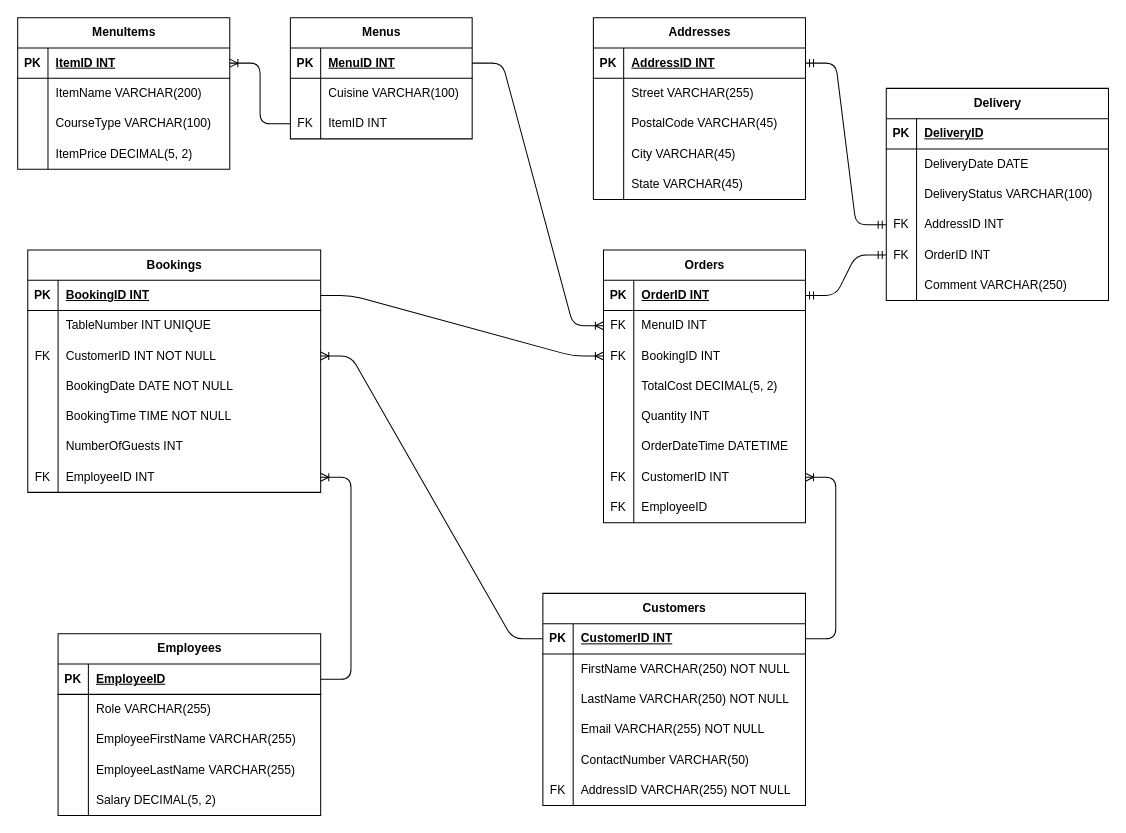
Earlier version of the draw.io diagram erd_data_model.drawio (AzizAghabayli/db-capstone-project). Source tidied: cells renumbered, new cells numbered last; positions are measured from the earlier drawing's top-left corner, leaving out a move shared by most shapes. Both pictures are drawn from the tidied source at 101%, with x=0, y=0 at pixel (17, 17).
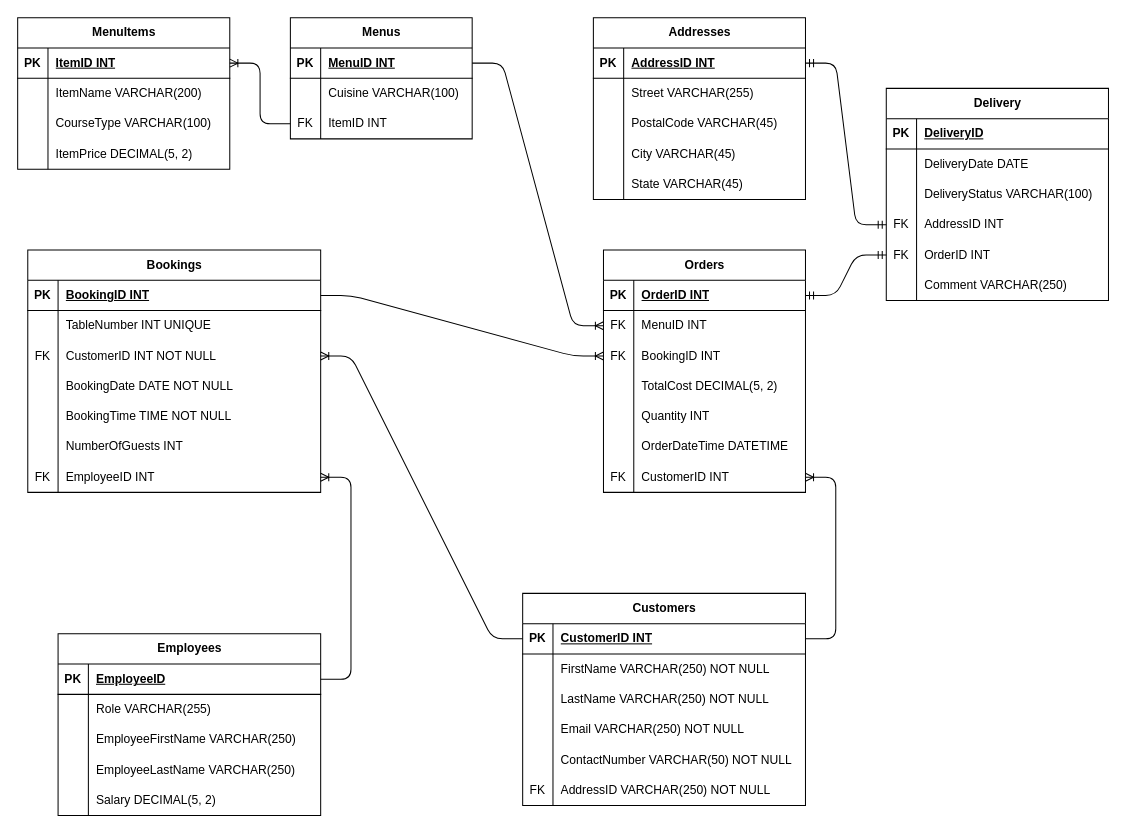
Above is the later version.

The change refers to these unchanged cells:
```xml
<mxCell id="117" style="shape=tableRow;horizontal=0;startSize=0;swimlaneHead=0;swimlaneBody=0;fillColor=none;top=0;left=0;right=0;bottom=0;" parent="110" vertex="1">
  <mxGeometry y="90" width="260" height="30" as="geometry" />
</mxCell>
<mxCell id="120" style="shape=tableRow;horizontal=0;startSize=0;swimlaneHead=0;swimlaneBody=0;fillColor=none;top=0;left=0;right=0;bottom=0;" parent="110" vertex="1">
  <mxGeometry y="120" width="260" height="30" as="geometry" />
</mxCell>
```

The edit, as a diff of the source:
```diff
@@
     <mxCell id="12" value="Orders" style="shape=table;startSize=30;childLayout=tableLayout;rowLines=0;fontStyle=1;align=center;html=1;" parent="1" vertex="1">
-      <mxGeometry x="580" y="230" width="200" height="270" as="geometry" />
+      <mxGeometry x="580" y="230" width="200" height="240" as="geometry" />
     </mxCell>
@@
-    <mxCell id="34" style="shape=tableRow;horizontal=0;startSize=0;swimlaneHead=0;swimlaneBody=0;fillColor=none;top=0;left=0;right=0;bottom=0;" parent="12" vertex="1">
-      <mxGeometry y="240" width="200" height="30" as="geometry" />
-    </mxCell>
-    <mxCell id="35" value="FK" style="shape=partialRectangle;fillColor=none;top=0;left=0;bottom=0;right=0;overflow=hidden;whiteSpace=wrap;html=1;" parent="34" vertex="1">
-      <mxGeometry width="30" height="30" as="geometry" />
-    </mxCell>
-    <mxCell id="36" value="EmployeeID" style="shape=partialRectangle;fillColor=none;top=0;left=0;bottom=0;right=0;align=left;spacingLeft=6;overflow=hidden;whiteSpace=wrap;html=1;" parent="34" vertex="1">
-      <mxGeometry x="30" width="170" height="30" as="geometry" />
-    </mxCell>
@@
     <mxCell id="91" value="Customers" style="shape=table;startSize=30;childLayout=tableLayout;rowLines=0;fontStyle=1;align=center;html=1;" parent="1" vertex="1">
-      <mxGeometry x="520" y="570" width="260" height="210" as="geometry" />
+      <mxGeometry x="500" y="570" width="280" height="210" as="geometry" />
     </mxCell>
     <mxCell id="92" style="shape=tableRow;horizontal=0;startSize=0;swimlaneHead=0;swimlaneBody=0;fillColor=none;points=[[0,0.5],[1,0.5]];portConstraint=eastwest;top=0;left=0;right=0;bottom=1;" parent="91" vertex="1">
-      <mxGeometry y="30" width="260" height="30" as="geometry" />
+      <mxGeometry y="30" width="280" height="30" as="geometry" />
     </mxCell>
@@
     <mxCell id="94" value="CustomerID INT" style="shape=partialRectangle;fillColor=none;top=0;left=0;bottom=0;right=0;align=left;spacingLeft=6;fontStyle=5;overflow=hidden;whiteSpace=wrap;html=1;" parent="92" vertex="1">
-      <mxGeometry x="30" width="230" height="30" as="geometry" />
+      <mxGeometry x="30" width="250" height="30" as="geometry" />
     </mxCell>
     <mxCell id="95" style="shape=tableRow;horizontal=0;startSize=0;swimlaneHead=0;swimlaneBody=0;fillColor=none;top=0;left=0;right=0;bottom=0;" parent="91" vertex="1">
-      <mxGeometry y="60" width="260" height="30" as="geometry" />
+      <mxGeometry y="60" width="280" height="30" as="geometry" />
     </mxCell>
@@
     <mxCell id="97" value="FirstName VARCHAR(250) NOT NULL" style="shape=partialRectangle;fillColor=none;top=0;left=0;bottom=0;right=0;align=left;spacingLeft=6;overflow=hidden;whiteSpace=wrap;html=1;" parent="95" vertex="1">
-      <mxGeometry x="30" width="230" height="30" as="geometry" />
+      <mxGeometry x="30" width="250" height="30" as="geometry" />
     </mxCell>
     <mxCell id="98" style="shape=tableRow;horizontal=0;startSize=0;swimlaneHead=0;swimlaneBody=0;fillColor=none;top=0;left=0;right=0;bottom=0;" parent="91" vertex="1">
-      <mxGeometry y="90" width="260" height="30" as="geometry" />
+      <mxGeometry y="90" width="280" height="30" as="geometry" />
     </mxCell>
@@
     <mxCell id="100" value="LastName VARCHAR(250) NOT NULL" style="shape=partialRectangle;fillColor=none;top=0;left=0;bottom=0;right=0;align=left;spacingLeft=6;overflow=hidden;whiteSpace=wrap;html=1;" parent="98" vertex="1">
-      <mxGeometry x="30" width="230" height="30" as="geometry" />
+      <mxGeometry x="30" width="250" height="30" as="geometry" />
     </mxCell>
     <mxCell id="101" style="shape=tableRow;horizontal=0;startSize=0;swimlaneHead=0;swimlaneBody=0;fillColor=none;top=0;left=0;right=0;bottom=0;" parent="91" vertex="1">
-      <mxGeometry y="120" width="260" height="30" as="geometry" />
+      <mxGeometry y="120" width="280" height="30" as="geometry" />
     </mxCell>
@@
-    <mxCell id="103" value="Email VARCHAR(255) NOT NULL" style="shape=partialRectangle;fillColor=none;top=0;left=0;bottom=0;right=0;align=left;spacingLeft=6;overflow=hidden;whiteSpace=wrap;html=1;" parent="101" vertex="1">
-      <mxGeometry x="30" width="230" height="30" as="geometry" />
+    <mxCell id="103" value="Email VARCHAR(250) NOT NULL" style="shape=partialRectangle;fillColor=none;top=0;left=0;bottom=0;right=0;align=left;spacingLeft=6;overflow=hidden;whiteSpace=wrap;html=1;" parent="101" vertex="1">
+      <mxGeometry x="30" width="250" height="30" as="geometry" />
     </mxCell>
     <mxCell id="104" style="shape=tableRow;horizontal=0;startSize=0;swimlaneHead=0;swimlaneBody=0;fillColor=none;top=0;left=0;right=0;bottom=0;" parent="91" vertex="1">
-      <mxGeometry y="150" width="260" height="30" as="geometry" />
+      <mxGeometry y="150" width="280" height="30" as="geometry" />
     </mxCell>
@@
-    <mxCell id="106" value="ContactNumber VARCHAR(50)" style="shape=partialRectangle;fillColor=none;top=0;left=0;bottom=0;right=0;align=left;spacingLeft=6;overflow=hidden;whiteSpace=wrap;html=1;" parent="104" vertex="1">
-      <mxGeometry x="30" width="230" height="30" as="geometry" />
+    <mxCell id="106" value="ContactNumber VARCHAR(50) NOT NULL" style="shape=partialRectangle;fillColor=none;top=0;left=0;bottom=0;right=0;align=left;spacingLeft=6;overflow=hidden;whiteSpace=wrap;html=1;" parent="104" vertex="1">
+      <mxGeometry x="30" width="250" height="30" as="geometry" />
     </mxCell>
     <mxCell id="107" style="shape=tableRow;horizontal=0;startSize=0;swimlaneHead=0;swimlaneBody=0;fillColor=none;top=0;left=0;right=0;bottom=0;" parent="91" vertex="1">
-      <mxGeometry y="180" width="260" height="30" as="geometry" />
+      <mxGeometry y="180" width="280" height="30" as="geometry" />
     </mxCell>
@@
-    <mxCell id="109" value="AddressID VARCHAR(255) NOT NULL" style="shape=partialRectangle;fillColor=none;top=0;left=0;bottom=0;right=0;align=left;spacingLeft=6;overflow=hidden;whiteSpace=wrap;html=1;" parent="107" vertex="1">
-      <mxGeometry x="30" width="230" height="30" as="geometry" />
+    <mxCell id="109" value="AddressID VARCHAR(250) NOT NULL" style="shape=partialRectangle;fillColor=none;top=0;left=0;bottom=0;right=0;align=left;spacingLeft=6;overflow=hidden;whiteSpace=wrap;html=1;" parent="107" vertex="1">
+      <mxGeometry x="30" width="250" height="30" as="geometry" />
     </mxCell>
@@
-    <mxCell id="119" value="EmployeeFirstName VARCHAR(255)" style="shape=partialRectangle;fillColor=none;top=0;left=0;bottom=0;right=0;align=left;spacingLeft=6;overflow=hidden;whiteSpace=wrap;html=1;" parent="117" vertex="1">
+    <mxCell id="119" value="EmployeeFirstName VARCHAR(250)" style="shape=partialRectangle;fillColor=none;top=0;left=0;bottom=0;right=0;align=left;spacingLeft=6;overflow=hidden;whiteSpace=wrap;html=1;" parent="117" vertex="1">
       <mxGeometry x="30" width="230" height="30" as="geometry" />
     </mxCell>
@@
-    <mxCell id="122" value="EmployeeLastName VARCHAR(255)" style="shape=partialRectangle;fillColor=none;top=0;left=0;bottom=0;right=0;align=left;spacingLeft=6;overflow=hidden;whiteSpace=wrap;html=1;" parent="120" vertex="1">
+    <mxCell id="122" value="EmployeeLastName VARCHAR(250)" style="shape=partialRectangle;fillColor=none;top=0;left=0;bottom=0;right=0;align=left;spacingLeft=6;overflow=hidden;whiteSpace=wrap;html=1;" parent="120" vertex="1">
       <mxGeometry x="30" width="230" height="30" as="geometry" />
     </mxCell>
```
